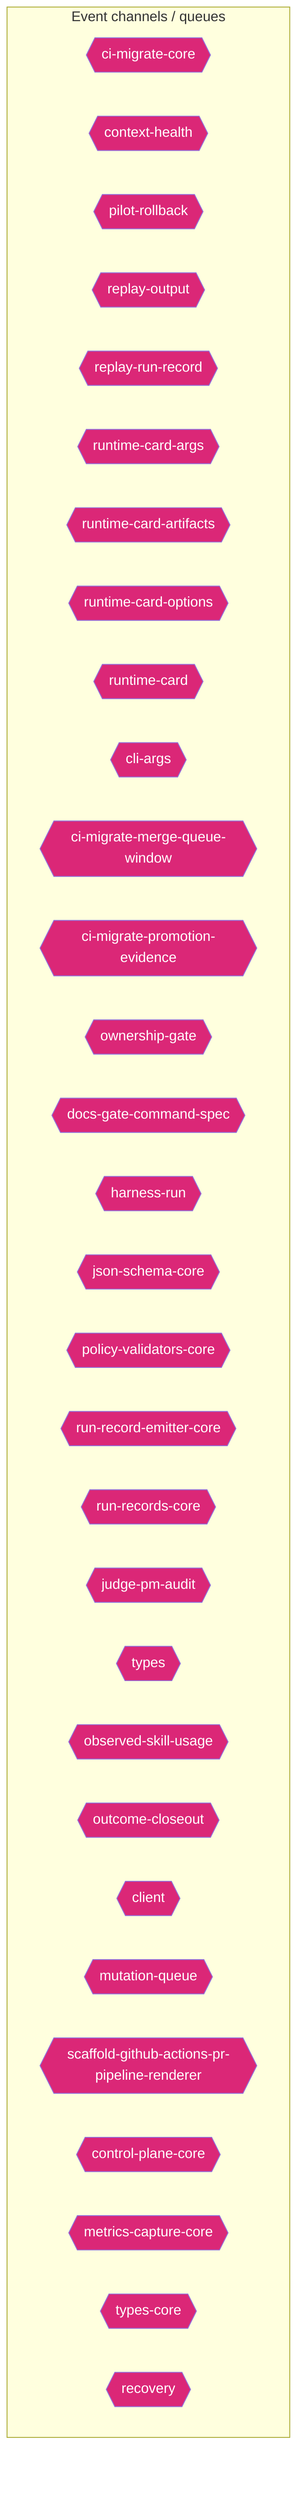
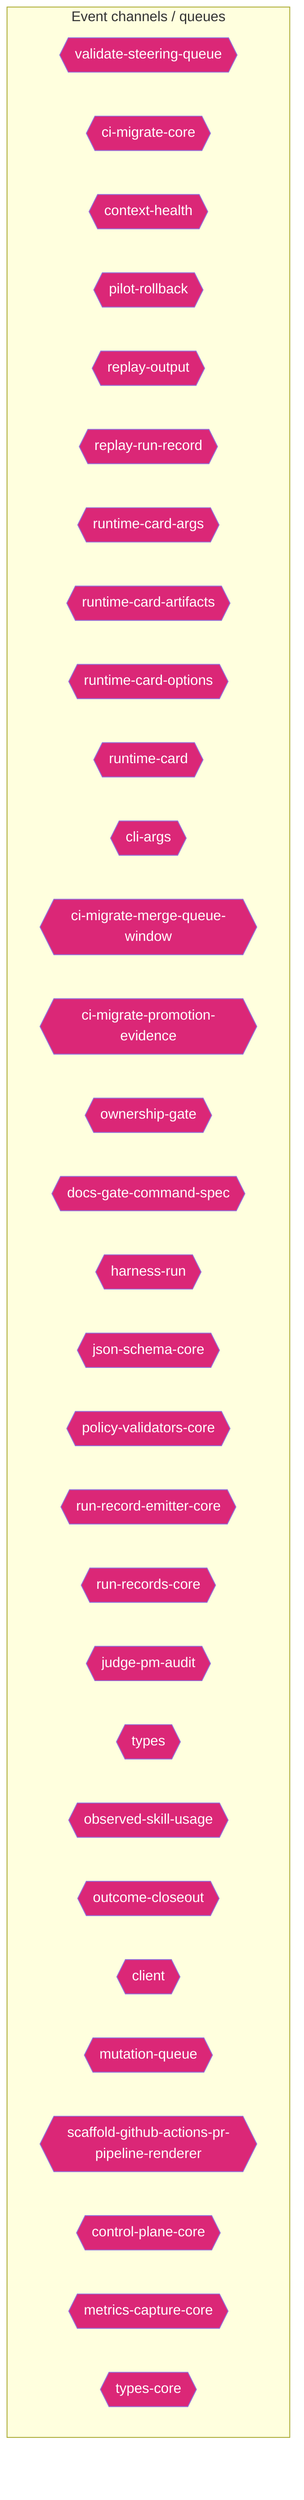
flowchart TD
  subgraph Channels["Event channels / queues"]
+     validate_steering_queue_4bc0cc94{{"validate-steering-queue"}}
    ci_migrate_core_7005b5af{{"ci-migrate-core"}}
    context_health_80bb7da9{{"context-health"}}
    pilot_rollback_00c1f82c{{"pilot-rollback"}}
    replay_output_993eda9e{{"replay-output"}}
    replay_run_record_9a08cce2{{"replay-run-record"}}
    runtime_card_args_2b3d4b28{{"runtime-card-args"}}
    runtime_card_artifacts_143b799c{{"runtime-card-artifacts"}}
    runtime_card_options_c9156ad5{{"runtime-card-options"}}
    runtime_card_e06b53e1{{"runtime-card"}}
    cli_args_1_6144b055{{"cli-args"}}
    ci_migrate_merge_queue_window_0070bd6d{{"ci-migrate-merge-queue-window"}}
    ci_migrate_promotion_evidence_1a2dc527{{"ci-migrate-promotion-evidence"}}
    ownership_gate_2e194d13{{"ownership-gate"}}
    docs_gate_command_spec_16795187{{"docs-gate-command-spec"}}
    harness_run_c0761792{{"harness-run"}}
    json_schema_core_96d7e328{{"json-schema-core"}}
    policy_validators_core_714a3fe7{{"policy-validators-core"}}
    run_record_emitter_core_688049d5{{"run-record-emitter-core"}}
    run_records_core_89286dfa{{"run-records-core"}}
    judge_pm_audit_ccd20b35{{"judge-pm-audit"}}
    types_8_f6283648{{"types"}}
    observed_skill_usage_ed7d5930{{"observed-skill-usage"}}
    outcome_closeout_ba497ec2{{"outcome-closeout"}}
    client_948fe603{{"client"}}
    mutation_queue_ce5a530e{{"mutation-queue"}}
    scaffold_github_actions_pr_pipeline_renderer_1ee18de5{{"scaffold-github-actions-pr-pipeline-renderer"}}
    control_plane_core_db3b4cb2{{"control-plane-core"}}
    metrics_capture_core_db4bf7cf{{"metrics-capture-core"}}
    types_core_1_8bd0f8fd{{"types-core"}}
-     recovery_8c585378{{"recovery"}}
  end
  classDef eventNode fill:#db2777,color:#fff
-   class ci_migrate_core_7005b5af,context_health_80bb7da9,pilot_rollback_00c1f82c,replay_output_993eda9e,replay_run_record_9a08cce2,runtime_card_args_2b3d4b28,runtime_card_artifacts_143b799c,runtime_card_options_c9156ad5,runtime_card_e06b53e1,cli_args_1_6144b055,ci_migrate_merge_queue_window_0070bd6d,ci_migrate_promotion_evidence_1a2dc527,ownership_gate_2e194d13,docs_gate_command_spec_16795187,harness_run_c0761792,json_schema_core_96d7e328,policy_validators_core_714a3fe7,run_record_emitter_core_688049d5,run_records_core_89286dfa,judge_pm_audit_ccd20b35,types_8_f6283648,observed_skill_usage_ed7d5930,outcome_closeout_ba497ec2,client_948fe603,mutation_queue_ce5a530e,scaffold_github_actions_pr_pipeline_renderer_1ee18de5,control_plane_core_db3b4cb2,metrics_capture_core_db4bf7cf,types_core_1_8bd0f8fd,recovery_8c585378 eventNode
+   class validate_steering_queue_4bc0cc94,ci_migrate_core_7005b5af,context_health_80bb7da9,pilot_rollback_00c1f82c,replay_output_993eda9e,replay_run_record_9a08cce2,runtime_card_args_2b3d4b28,runtime_card_artifacts_143b799c,runtime_card_options_c9156ad5,runtime_card_e06b53e1,cli_args_1_6144b055,ci_migrate_merge_queue_window_0070bd6d,ci_migrate_promotion_evidence_1a2dc527,ownership_gate_2e194d13,docs_gate_command_spec_16795187,harness_run_c0761792,json_schema_core_96d7e328,policy_validators_core_714a3fe7,run_record_emitter_core_688049d5,run_records_core_89286dfa,judge_pm_audit_ccd20b35,types_8_f6283648,observed_skill_usage_ed7d5930,outcome_closeout_ba497ec2,client_948fe603,mutation_queue_ce5a530e,scaffold_github_actions_pr_pipeline_renderer_1ee18de5,control_plane_core_db3b4cb2,metrics_capture_core_db4bf7cf,types_core_1_8bd0f8fd eventNode
